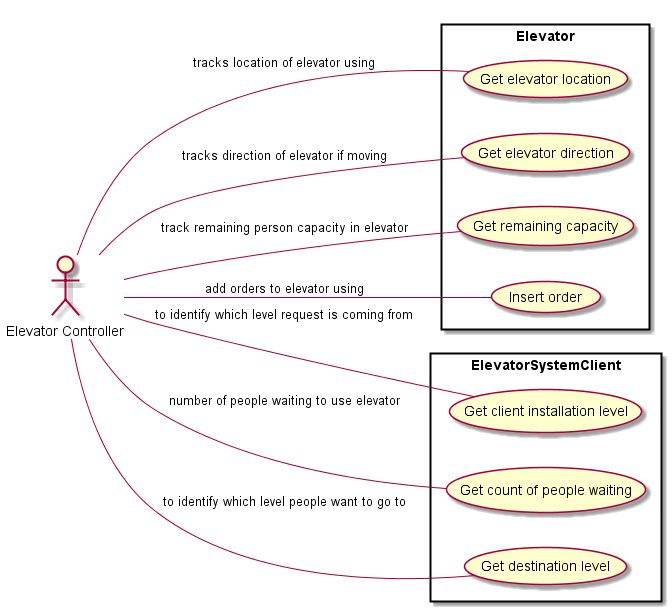
This is src/main/docs/generated/UseCaseDiagrams-001.png from nabsha/ascender, a PlantUML export, as it was before one commit. Its diagram source:
```plantuml
@startuml
left to right direction
actor "Elevator Controller" as EC
rectangle Elevator {
  EC - (Get elevator location) : tracks location of elevator using
  EC - (Get elevator direction) : tracks direction of elevator if moving
  EC - (Get remaining capacity) : track remaining person capacity in elevator
  EC  - (Insert order) : add orders to elevator using
}

rectangle ElevatorSystemClient {
  EC - (Get client installation level) : to identify which level request is coming from
  EC - (Get count of people waiting) : number of people waiting to use elevator
  EC - (Get destination level) : to identify which level people want to go to

}
@enduml
```
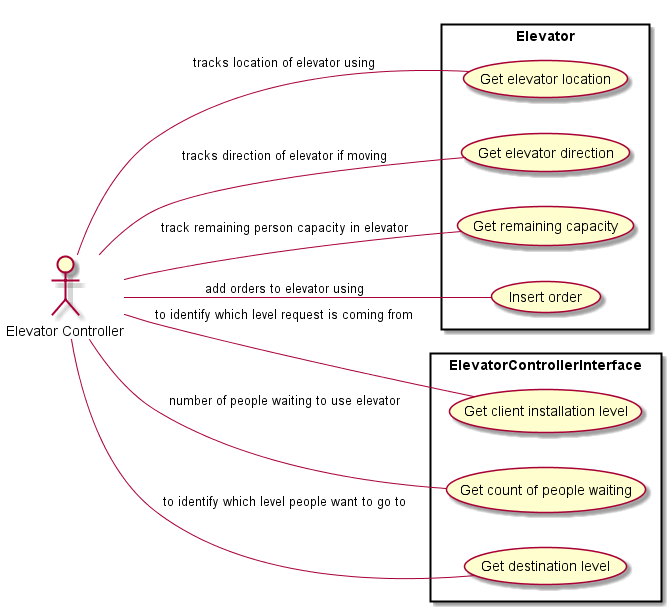
Later version of the same file.

Change to the diagram source:
```diff
@@ -8,7 +8,7 @@
   EC  - (Insert order) : add orders to elevator using
 }
 
-rectangle ElevatorSystemClient {
+rectangle ElevatorControllerInterface {
   EC - (Get client installation level) : to identify which level request is coming from
   EC - (Get count of people waiting) : number of people waiting to use elevator
   EC - (Get destination level) : to identify which level people want to go to
```
